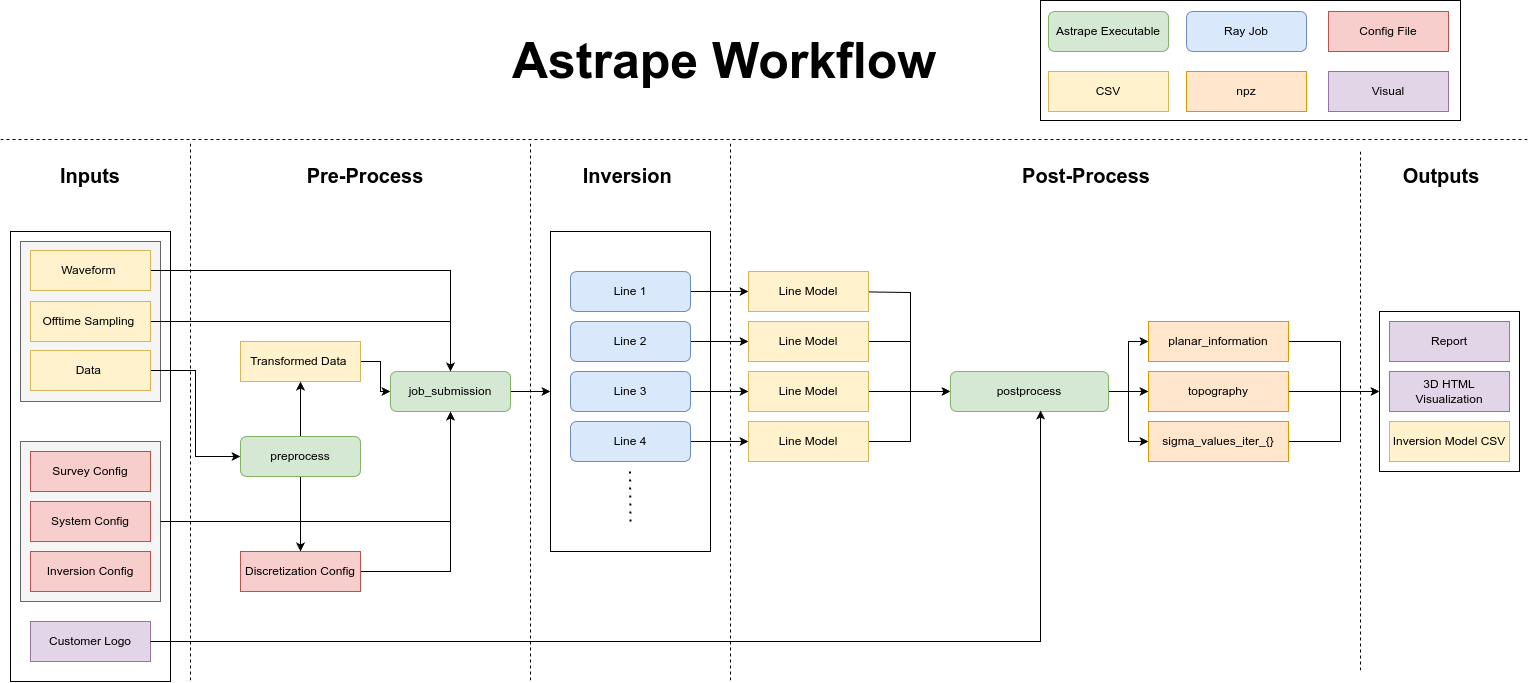
Earlier version of the draw.io export images/workflow.png (paul-vorticity/astrape_docs). Source tidied: cells renumbered, new cells last; positions are measured from the earlier drawing's top-left corner, leaving out a move shared by most shapes.
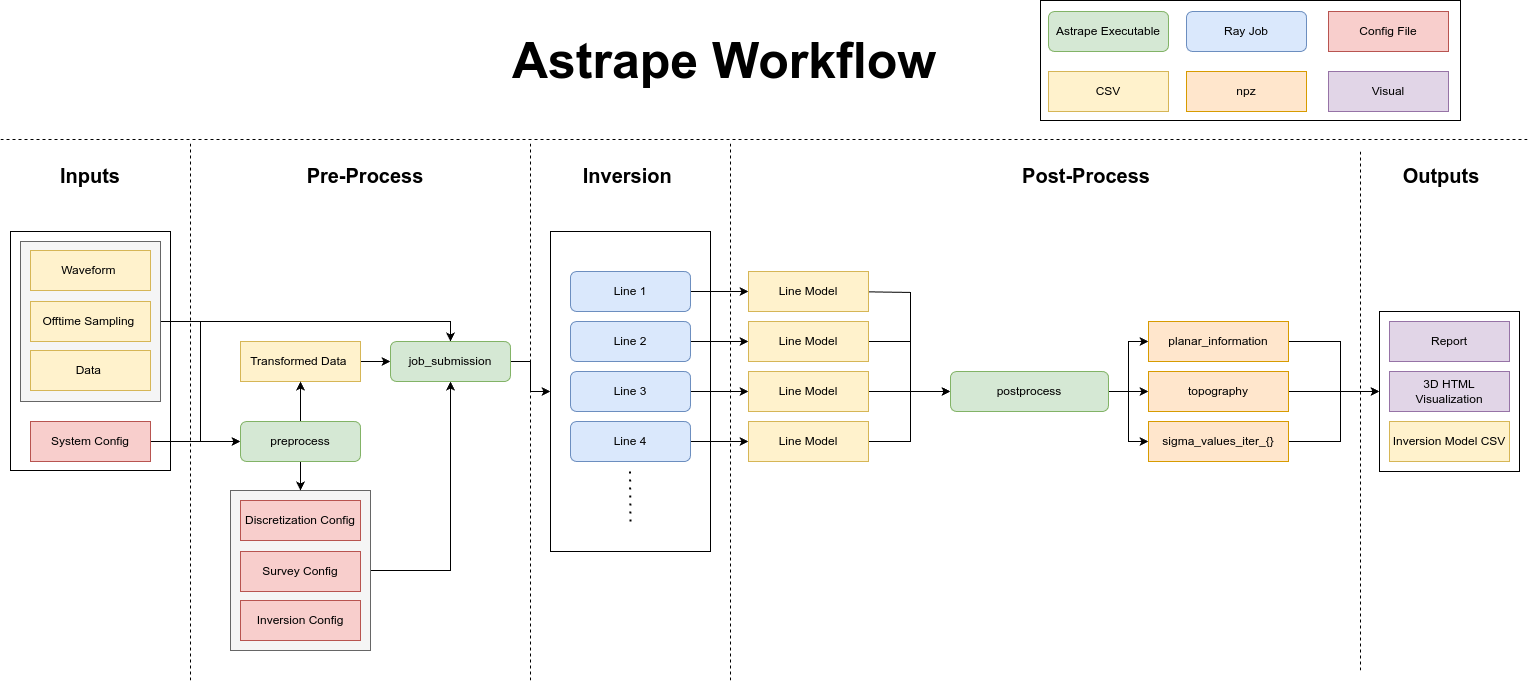
After the commit.

The edit, as a diff of the source:
```diff
@@ -2,8 +2,14 @@
   <root>
     <mxCell id="0" />
     <mxCell id="1" parent="0" />
+    <mxCell id="76" style="edgeStyle=orthogonalEdgeStyle;rounded=0;jettySize=auto;html=1;exitX=1;exitY=0.5;exitDx=0;exitDy=0;entryX=0.5;entryY=1;entryDx=0;entryDy=0;" parent="1" edge="1" source="77" target="15">
+      <mxGeometry relative="1" as="geometry" />
+    </mxCell>
+    <mxCell id="77" style="rounded=0;whiteSpace=wrap;html=1;fillColor=#f5f5f5;fontColor=#333333;strokeColor=#666666;" parent="1" vertex="1">
+      <mxGeometry x="230" y="490" width="140" height="160" as="geometry" />
+    </mxCell>
     <mxCell id="2" style="rounded=0;whiteSpace=wrap;html=1;" parent="1" vertex="1">
-      <mxGeometry x="10" y="231" width="160" height="450" as="geometry" />
+      <mxGeometry x="10" y="231" width="160" height="239" as="geometry" />
     </mxCell>
     <mxCell id="3" style="rounded=0;whiteSpace=wrap;html=1;" parent="1" vertex="1">
       <mxGeometry x="1040" width="420" height="120" as="geometry" />
@@ -11,29 +17,29 @@
     <mxCell id="4" style="rounded=0;whiteSpace=wrap;html=1;" parent="1" vertex="1">
       <mxGeometry x="1379" y="311" width="140" height="160" as="geometry" />
     </mxCell>
+    <mxCell id="78" style="edgeStyle=orthogonalEdgeStyle;rounded=0;jettySize=auto;html=1;exitX=1;exitY=0.5;exitDx=0;exitDy=0;entryX=0.5;entryY=0;entryDx=0;entryDy=0;" parent="1" edge="1" source="5" target="15">
+      <mxGeometry relative="1" as="geometry" />
+    </mxCell>
+    <mxCell id="79" style="edgeStyle=orthogonalEdgeStyle;rounded=0;jettySize=auto;html=1;exitX=1;exitY=0.5;exitDx=0;exitDy=0;entryX=0;entryY=0.5;entryDx=0;entryDy=0;" parent="1" edge="1" source="5" target="39">
+      <mxGeometry relative="1" as="geometry" />
+    </mxCell>
     <mxCell id="5" style="rounded=0;whiteSpace=wrap;html=1;fillColor=#f5f5f5;fontColor=#333333;strokeColor=#666666;" parent="1" vertex="1">
       <mxGeometry x="20" y="241" width="140" height="160" as="geometry" />
     </mxCell>
-    <mxCell id="6" style="rounded=0;whiteSpace=wrap;html=1;fillColor=#f5f5f5;fontColor=#333333;strokeColor=#666666;" parent="1" vertex="1">
-      <mxGeometry x="20" y="441" width="140" height="160" as="geometry" />
-    </mxCell>
     <mxCell id="7" style="rounded=0;whiteSpace=wrap;html=1;" parent="1" vertex="1">
       <mxGeometry x="550" y="231" width="160" height="320" as="geometry" />
     </mxCell>
-    <mxCell id="8" style="edgeStyle=orthogonalEdgeStyle;rounded=0;jettySize=auto;html=1;exitX=1;exitY=0.5;exitDx=0;exitDy=0;entryX=0.5;entryY=1;entryDx=0;entryDy=0;" parent="1" edge="1" source="6" target="15">
-      <mxGeometry relative="1" as="geometry" />
-    </mxCell>
-    <mxCell id="9" style="edgeStyle=orthogonalEdgeStyle;rounded=0;jettySize=auto;html=1;exitX=1;exitY=0.5;exitDx=0;exitDy=0;entryX=0;entryY=0.5;entryDx=0;entryDy=0;" parent="1" edge="1" source="10" target="39">
-      <mxGeometry relative="1" as="geometry" />
-    </mxCell>
     <mxCell id="10" value="Data&amp;nbsp;" style="rounded=0;whiteSpace=wrap;html=1;fontSize=12;glass=0;strokeWidth=1;shadow=0;fillColor=#fff2cc;strokeColor=#d6b656;" parent="1" vertex="1">
       <mxGeometry x="30" y="350" width="120" height="40" as="geometry" />
     </mxCell>
     <mxCell id="11" value="Survey Config" style="rounded=0;whiteSpace=wrap;html=1;fontSize=12;glass=0;strokeWidth=1;shadow=0;fillColor=#f8cecc;strokeColor=#b85450;" parent="1" vertex="1">
-      <mxGeometry x="30" y="451" width="120" height="40" as="geometry" />
+      <mxGeometry x="240" y="551" width="120" height="40" as="geometry" />
     </mxCell>
+    <mxCell id="80" style="edgeStyle=orthogonalEdgeStyle;rounded=0;jettySize=auto;html=1;" parent="1" edge="1" source="12" target="39">
+      <mxGeometry relative="1" as="geometry" />
+    </mxCell>
     <mxCell id="12" value="System Config" style="rounded=0;whiteSpace=wrap;html=1;fontSize=12;glass=0;strokeWidth=1;shadow=0;fillColor=#f8cecc;strokeColor=#b85450;" parent="1" vertex="1">
-      <mxGeometry x="30" y="501" width="120" height="40" as="geometry" />
+      <mxGeometry x="30" y="421" width="120" height="40" as="geometry" />
     </mxCell>
     <mxCell id="13" style="edgeStyle=orthogonalEdgeStyle;rounded=0;jettySize=auto;html=1;exitX=1;exitY=0.5;exitDx=0;exitDy=0;" parent="1" edge="1" source="36" target="15">
       <mxGeometry relative="1" as="geometry" />
@@ -42,7 +48,7 @@
       <mxGeometry relative="1" as="geometry" />
     </mxCell>
     <mxCell id="15" value="job_submission" style="rounded=1;whiteSpace=wrap;html=1;fontSize=12;glass=0;strokeWidth=1;shadow=0;fillColor=#d5e8d4;strokeColor=#82b366;" parent="1" vertex="1">
-      <mxGeometry x="390" y="371" width="120" height="40" as="geometry" />
+      <mxGeometry x="390" y="341" width="120" height="40" as="geometry" />
     </mxCell>
     <mxCell id="16" style="edgeStyle=orthogonalEdgeStyle;rounded=0;jettySize=auto;html=1;exitX=1;exitY=0.5;exitDx=0;exitDy=0;entryX=0;entryY=0.5;entryDx=0;entryDy=0;" parent="1" edge="1" source="17" target="41">
       <mxGeometry relative="1" as="geometry" />
@@ -74,9 +80,6 @@
     <mxCell id="25" value="3D HTML Visualization" style="rounded=0;whiteSpace=wrap;html=1;fontSize=12;glass=0;strokeWidth=1;shadow=0;fillColor=#e1d5e7;strokeColor=#9673a6;" parent="1" vertex="1">
       <mxGeometry x="1389" y="371" width="120" height="40" as="geometry" />
     </mxCell>
-    <mxCell id="26" value="Customer Logo" style="rounded=0;whiteSpace=wrap;html=1;fontSize=12;glass=0;strokeWidth=1;shadow=0;fillColor=#e1d5e7;strokeColor=#9673a6;" parent="1" vertex="1">
-      <mxGeometry x="30" y="621" width="120" height="40" as="geometry" />
-    </mxCell>
     <mxCell id="27" style="endArrow=none;dashed=1;html=1;dashPattern=1 3;strokeWidth=2;rounded=0;" parent="1" edge="1">
       <mxGeometry relative="1" as="geometry">
         <mxPoint x="630" y="521" as="sourcePoint" />
@@ -93,17 +96,11 @@
       <mxGeometry x="440" y="30" width="568" height="60" as="geometry" />
     </mxCell>
     <mxCell id="31" value="Inversion Config" style="rounded=0;whiteSpace=wrap;html=1;fontSize=12;glass=0;strokeWidth=1;shadow=0;fillColor=#f8cecc;strokeColor=#b85450;" parent="1" vertex="1">
-      <mxGeometry x="30" y="551" width="120" height="40" as="geometry" />
+      <mxGeometry x="240" y="600" width="120" height="40" as="geometry" />
     </mxCell>
-    <mxCell id="32" style="edgeStyle=orthogonalEdgeStyle;rounded=0;jettySize=auto;html=1;exitX=1;exitY=0.5;exitDx=0;exitDy=0;entryX=0.5;entryY=0;entryDx=0;entryDy=0;" parent="1" edge="1" source="33" target="15">
-      <mxGeometry relative="1" as="geometry" />
-    </mxCell>
     <mxCell id="33" value="Offtime Sampling&amp;nbsp;" style="rounded=0;whiteSpace=wrap;html=1;fontSize=12;glass=0;strokeWidth=1;shadow=0;fillColor=#fff2cc;strokeColor=#d6b656;" parent="1" vertex="1">
       <mxGeometry x="30" y="301" width="120" height="40" as="geometry" />
     </mxCell>
-    <mxCell id="34" style="edgeStyle=orthogonalEdgeStyle;rounded=0;jettySize=auto;html=1;exitX=1;exitY=0.5;exitDx=0;exitDy=0;entryX=0.5;entryY=0;entryDx=0;entryDy=0;" parent="1" edge="1" source="35" target="15">
-      <mxGeometry relative="1" as="geometry" />
-    </mxCell>
     <mxCell id="35" value="Waveform&amp;nbsp;" style="rounded=0;whiteSpace=wrap;html=1;fontSize=12;glass=0;strokeWidth=1;shadow=0;fillColor=#fff2cc;strokeColor=#d6b656;" parent="1" vertex="1">
       <mxGeometry x="30" y="250" width="120" height="40" as="geometry" />
     </mxCell>
@@ -113,12 +110,6 @@
     <mxCell id="37" style="edgeStyle=orthogonalEdgeStyle;rounded=0;jettySize=auto;html=1;" parent="1" edge="1" source="39" target="36">
       <mxGeometry relative="1" as="geometry" />
     </mxCell>
-    <mxCell id="38" style="edgeStyle=orthogonalEdgeStyle;rounded=0;jettySize=auto;html=1;" parent="1" edge="1" source="39" target="74">
-      <mxGeometry relative="1" as="geometry" />
-    </mxCell>
-    <mxCell id="39" value="preprocess" style="rounded=1;whiteSpace=wrap;html=1;fontSize=12;glass=0;strokeWidth=1;shadow=0;fillColor=#d5e8d4;strokeColor=#82b366;" parent="1" vertex="1">
-      <mxGeometry x="240" y="436" width="120" height="40" as="geometry" />
-    </mxCell>
     <mxCell id="40" style="edgeStyle=orthogonalEdgeStyle;rounded=0;jettySize=auto;html=1;entryX=0;entryY=0.5;entryDx=0;entryDy=0;" parent="1" edge="1" target="51">
       <mxGeometry relative="1" as="geometry">
         <mxPoint x="840" y="291" as="sourcePoint" />
@@ -260,14 +251,14 @@
         <mxPoint x="1530" y="139" as="targetPoint" />
       </mxGeometry>
     </mxCell>
-    <mxCell id="73" style="edgeStyle=orthogonalEdgeStyle;rounded=0;jettySize=auto;html=1;exitX=1;exitY=0.5;exitDx=0;exitDy=0;entryX=0.5;entryY=1;entryDx=0;entryDy=0;" parent="1" edge="1" source="74" target="15">
-      <mxGeometry relative="1" as="geometry" />
-    </mxCell>
     <mxCell id="74" value="Discretization Config" style="rounded=0;whiteSpace=wrap;html=1;fontSize=12;glass=0;strokeWidth=1;shadow=0;fillColor=#f8cecc;strokeColor=#b85450;" parent="1" vertex="1">
-      <mxGeometry x="240" y="551" width="120" height="40" as="geometry" />
+      <mxGeometry x="240" y="500" width="120" height="40" as="geometry" />
     </mxCell>
-    <mxCell id="75" style="edgeStyle=orthogonalEdgeStyle;rounded=0;jettySize=auto;html=1;exitX=1;exitY=0.5;exitDx=0;exitDy=0;entryX=0.57;entryY=0.975;entryDx=0;entryDy=0;entryPerimeter=0;" parent="1" edge="1" source="26" target="51">
-      <mxGeometry relative="1" as="geometry" />
-    </mxCell>
+    <mxCell id="81" style="edgeStyle=orthogonalEdgeStyle;rounded=0;jettySize=auto;html=1;exitX=0.5;exitY=1;exitDx=0;exitDy=0;entryX=0.5;entryY=0;entryDx=0;entryDy=0;" parent="1" edge="1" source="39" target="77">
+      <mxGeometry relative="1" as="geometry" />
+    </mxCell>
+    <mxCell id="39" value="preprocess" style="rounded=1;whiteSpace=wrap;html=1;fontSize=12;glass=0;strokeWidth=1;shadow=0;fillColor=#d5e8d4;strokeColor=#82b366;" parent="1" vertex="1">
+      <mxGeometry x="240" y="421" width="120" height="40" as="geometry" />
+    </mxCell>
   </root>
 </mxGraphModel>
```
